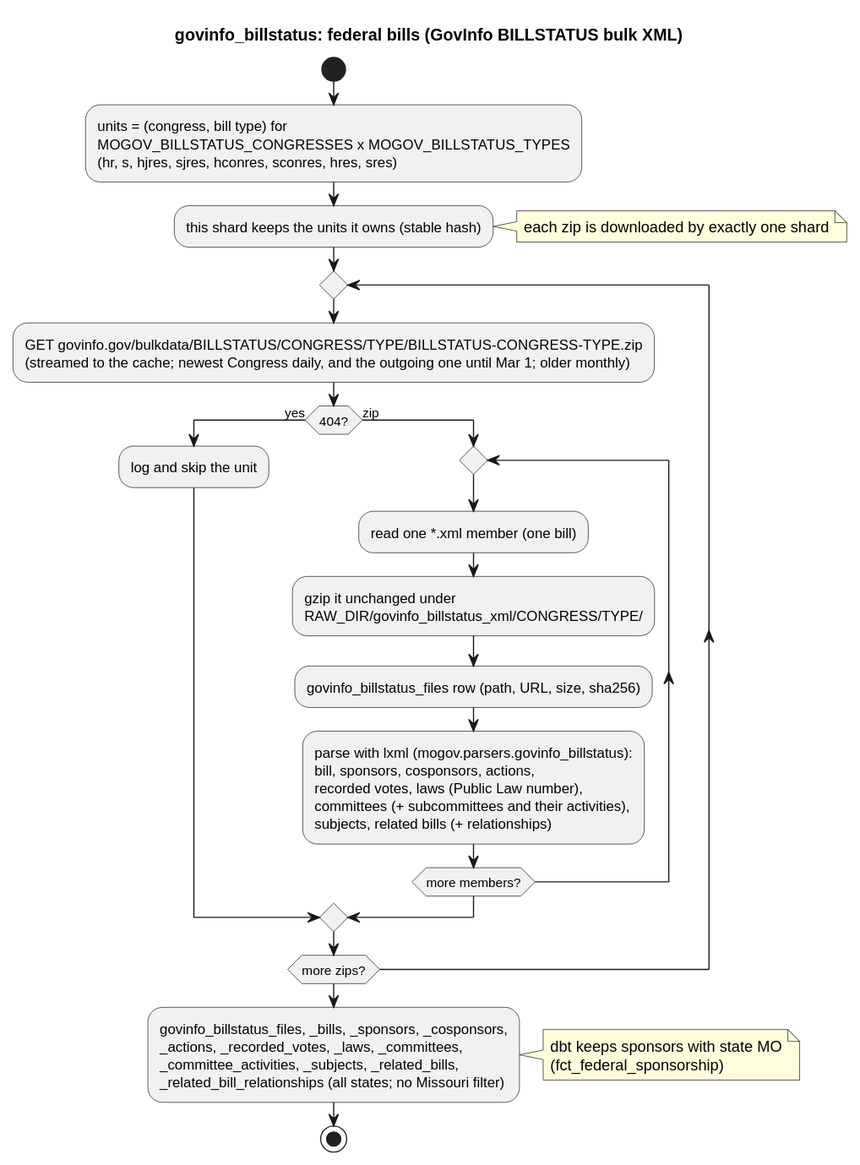
Above: docs/diagrams/sources/govinfo_billstatus.svg in akettmann/missouri_gov_feed (PlantUML), before the change. Its source is kept beside it as docs/diagrams/sources/govinfo_billstatus.puml.
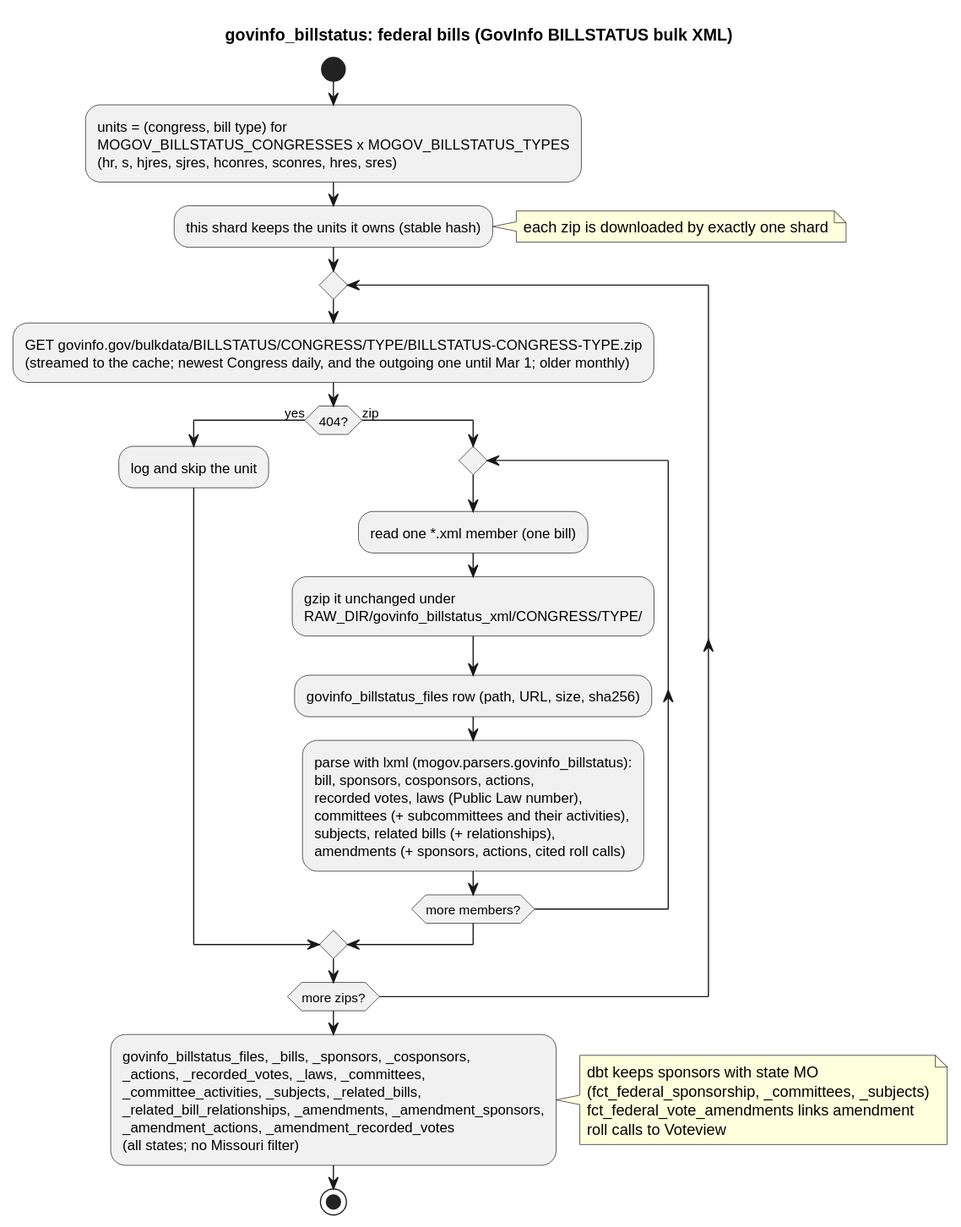
After the commit.

Commit message:
Document BILLSTATUS amendments in sources.md and diagrams (#776)

Change to the diagram source:
```diff
@@ -21,14 +21,17 @@
       bill, sponsors, cosponsors, actions,
       recorded votes, laws (Public Law number),
       committees (+ subcommittees and their activities),
-      subjects, related bills (+ relationships);
+      subjects, related bills (+ relationships),
+      amendments (+ sponsors, actions, cited roll calls);
     repeat while (more members?)
   endif
 repeat while (more zips?)
 :govinfo_billstatus_files, _bills, _sponsors, _cosponsors,
 _actions, _recorded_votes, _laws, _committees,
 _committee_activities, _subjects, _related_bills,
-_related_bill_relationships (all states; no Missouri filter);
-note right: dbt keeps sponsors with state MO\n(fct_federal_sponsorship)
+_related_bill_relationships, _amendments, _amendment_sponsors,
+_amendment_actions, _amendment_recorded_votes
+(all states; no Missouri filter);
+note right: dbt keeps sponsors with state MO\n(fct_federal_sponsorship, _committees, _subjects)\nfct_federal_vote_amendments links amendment\nroll calls to Voteview
 stop
 @enduml
```
